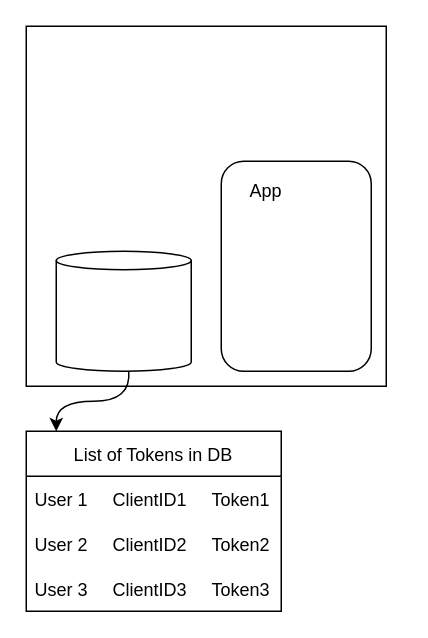
Before: OAuth2.0_Authorization/OAuth2.0_ClientCredentialsFlow.drawio in developer-onizuka/Diagrams, a draw.io diagram. Source tidied: cells renumbered, new cells numbered last; positions are measured from the earlier drawing's top-left corner, leaving out a move shared by most shapes. Both pictures are drawn from the tidied source at 150%, with x=0, y=0 at pixel (26, 26).
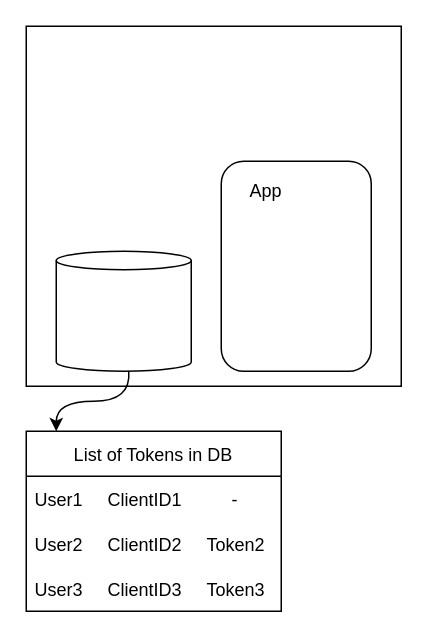
After the change.

The edit, as a diff of the source:
```diff
@@
 <mxGraphModel>
   <root>
     <mxCell id="0" />
     <mxCell id="1" parent="0" />
     <mxCell id="2" style="rounded=0;whiteSpace=wrap;html=1;" parent="1" vertex="1">
-      <mxGeometry width="240" height="240" as="geometry" />
+      <mxGeometry width="250" height="240" as="geometry" />
     </mxCell>
     <mxCell id="3" style="rounded=1;whiteSpace=wrap;html=1;" parent="1" vertex="1">
       <mxGeometry x="130" y="90" width="100" height="140" as="geometry" />
     </mxCell>
     <mxCell id="4" value="App" style="text;html=1;strokeColor=none;fillColor=none;align=center;verticalAlign=middle;whiteSpace=wrap;rounded=0;" parent="1" vertex="1">
       <mxGeometry x="140" y="100" width="40" height="20" as="geometry" />
     </mxCell>
     <mxCell id="5" style="shape=cylinder3;whiteSpace=wrap;html=1;boundedLbl=1;backgroundOutline=1;size=6.182502746582031;" parent="1" vertex="1">
       <mxGeometry x="20" y="150" width="90" height="80" as="geometry" />
     </mxCell>
     <mxCell id="6" value="List of Tokens in DB" style="swimlane;fontStyle=0;horizontal=1;startSize=30;" parent="1" vertex="1">
       <mxGeometry y="270" width="170" height="120" as="geometry" />
     </mxCell>
-    <mxCell id="7" value="User 1     ClientID1     Token1" style="text;strokeColor=none;fillColor=none;align=left;verticalAlign=middle;spacingLeft=4;spacingRight=4;overflow=hidden;points=[[0,0.5],[1,0.5]];portConstraint=eastwest;" parent="6" vertex="1">
+    <mxCell id="7" value="User1     ClientID1          -" style="text;strokeColor=none;fillColor=none;align=left;verticalAlign=middle;spacingLeft=4;spacingRight=4;overflow=hidden;points=[[0,0.5],[1,0.5]];portConstraint=eastwest;" parent="6" vertex="1">
       <mxGeometry y="30" width="170" height="30" as="geometry" />
     </mxCell>
-    <mxCell id="8" value="User 2     ClientID2     Token2" style="text;strokeColor=none;fillColor=none;align=left;verticalAlign=middle;spacingLeft=4;spacingRight=4;overflow=hidden;" parent="6" vertex="1">
+    <mxCell id="8" value="User2     ClientID2     Token2" style="text;strokeColor=none;fillColor=none;align=left;verticalAlign=middle;spacingLeft=4;spacingRight=4;overflow=hidden;" parent="6" vertex="1">
       <mxGeometry y="60" width="170" height="30" as="geometry" />
     </mxCell>
-    <mxCell id="9" value="User 3     ClientID3     Token3" style="text;strokeColor=none;fillColor=none;align=left;verticalAlign=middle;spacingLeft=4;spacingRight=4;overflow=hidden;" parent="6" vertex="1">
+    <mxCell id="9" value="User3     ClientID3     Token3" style="text;strokeColor=none;fillColor=none;align=left;verticalAlign=middle;spacingLeft=4;spacingRight=4;overflow=hidden;" parent="6" vertex="1">
       <mxGeometry y="90" width="170" height="30" as="geometry" />
     </mxCell>
     <mxCell id="10" style="edgeStyle=orthogonalEdgeStyle;rounded=0;orthogonalLoop=1;jettySize=auto;html=1;exitX=1;exitY=0.5;exitDx=0;exitDy=0;" parent="6" edge="1" source="7" target="7">
       <mxGeometry relative="1" as="geometry" />
     </mxCell>
     <mxCell id="11" style="curved=1;endArrow=classic;html=1;rounded=0;" parent="1" edge="1" source="5" target="6">
       <mxGeometry relative="1" as="geometry">
         <Array as="points">
           <mxPoint x="70" y="250" />
           <mxPoint x="20" y="250" />
           <mxPoint x="20" y="270" />
         </Array>
       </mxGeometry>
     </mxCell>
   </root>
 </mxGraphModel>
```
